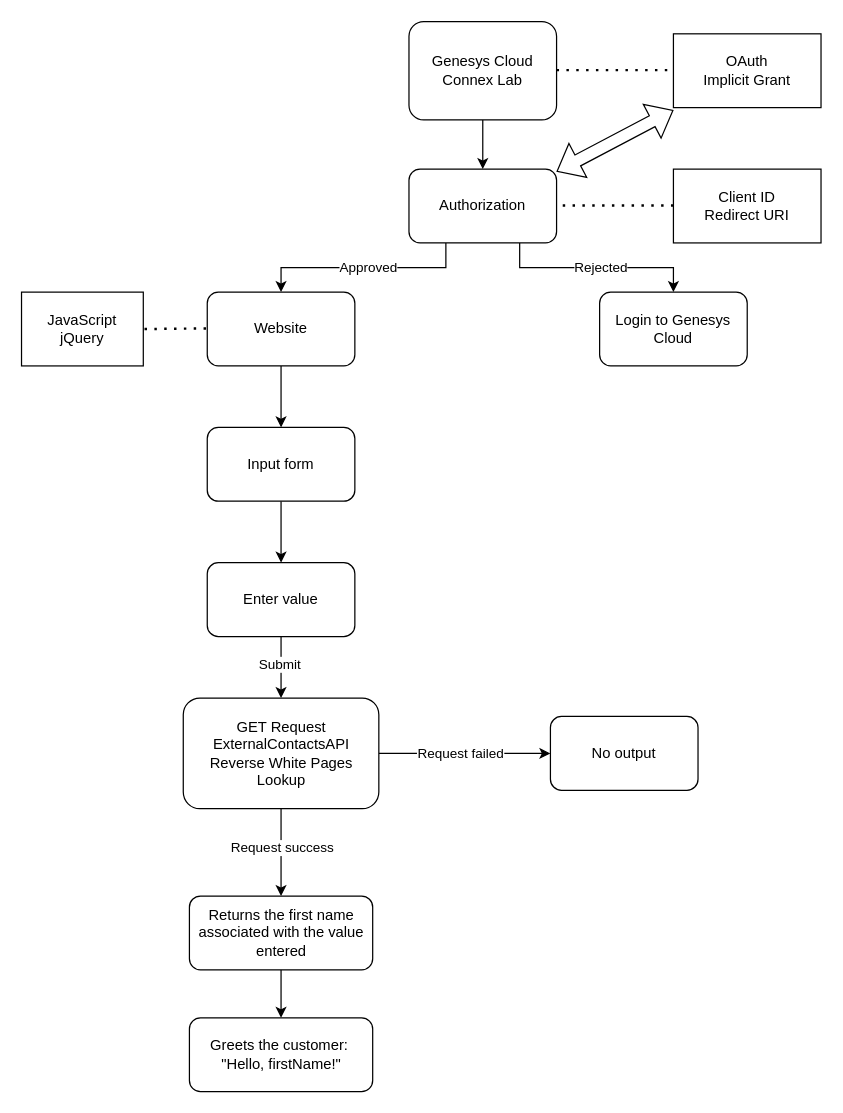
GenesysCloud-Connex/GenesysCloud-CustomerFinder keeps this draw.io diagram as Customer Finder.drawio. Above is the earlier version. Source tidied: cells renumbered, new cells numbered last; positions are measured from the earlier drawing's top-left corner, leaving out a move shared by most shapes. Both pictures are drawn from the tidied source at 123%, with x=0, y=0 at pixel (21, 21).
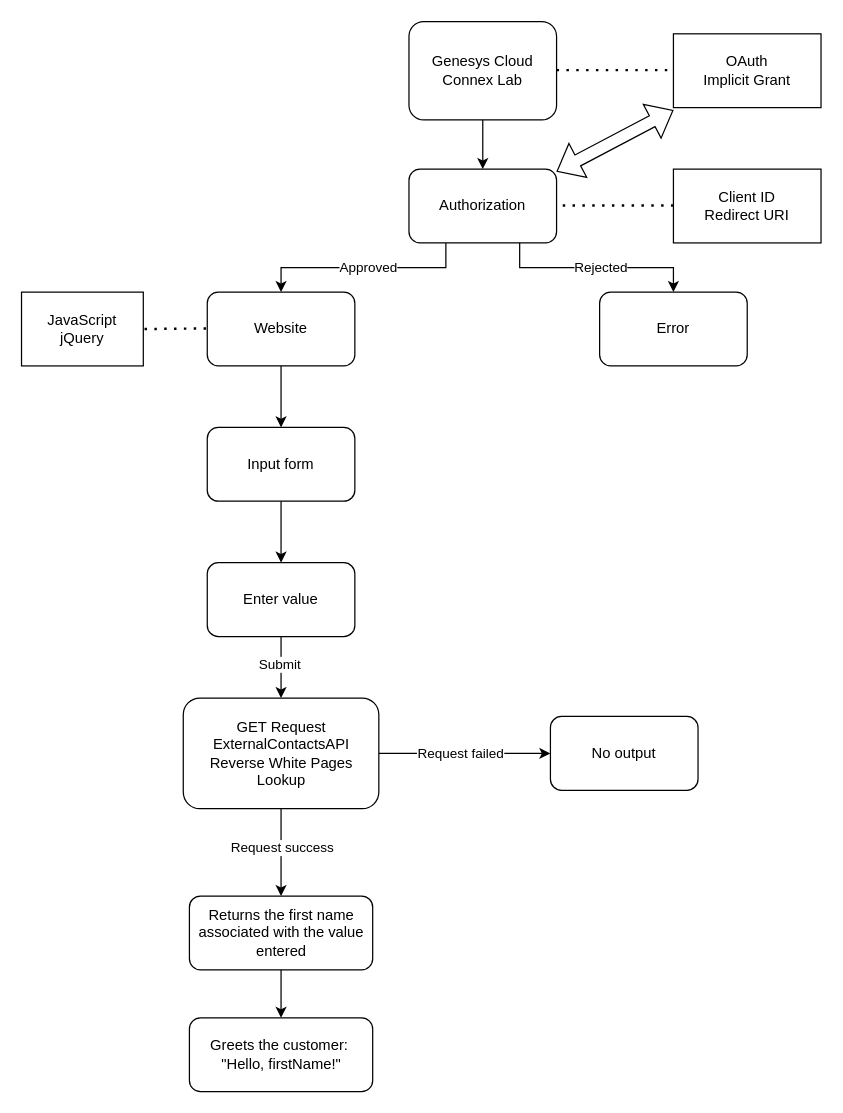
The same page after the edit.

Commit message (it also covers changes not shown here):
Update Customer Finder diagram

What changed in the source:
```diff
@@
-    <mxCell id="16" value="Login to Genesys Cloud" style="rounded=1;whiteSpace=wrap;html=1;" parent="1" vertex="1">
+    <mxCell id="16" value="Error" style="rounded=1;whiteSpace=wrap;html=1;" parent="1" vertex="1">
       <mxGeometry x="470" y="220" width="120" height="60" as="geometry" />
     </mxCell>
```
